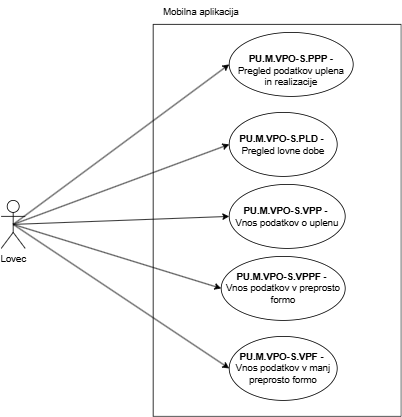
Above: Vodenje podatkov o odstrelu-Mobilna.drawio.png in ErnestISv/Lovstvo (draw.io), before the change. Source tidied: cells renumbered, new cells last; positions are measured from the earlier drawing's top-left corner, leaving out a move shared by most shapes.
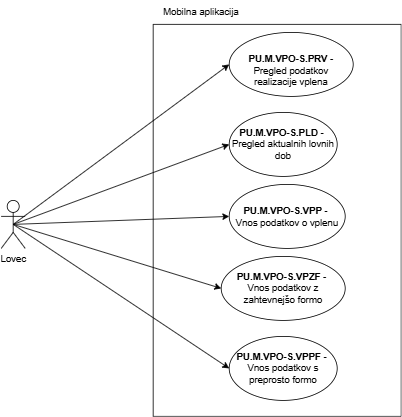
The same file after the commit.

The edit, as a diff of the source:
```diff
@@ -8,19 +8,19 @@
     <mxCell id="3" style="swimlane;startSize=0;" parent="1" vertex="1">
       <mxGeometry x="190" y="30" width="310" height="490" as="geometry" />
     </mxCell>
-    <mxCell id="4" value="&lt;br&gt;&lt;table style=&quot;border-collapse:&lt;br/&gt; collapse;width:107pt&quot; width=&quot;142&quot; cellspacing=&quot;0&quot; cellpadding=&quot;0&quot; border=&quot;0&quot;&gt;&lt;tbody&gt;&lt;tr style=&quot;mso-height-source:userset;height:36.6pt&quot; height=&quot;49&quot;&gt;  &lt;td style=&quot;height:36.6pt;width:107pt&quot; width=&quot;142&quot; class=&quot;xl63&quot; height=&quot;49&quot;&gt;&lt;b&gt;PU.M.VPO-S.PPP&lt;/b&gt; -&lt;br&gt;Pregled podatkov uplena in realizacije&lt;/td&gt;&lt;/tr&gt;&lt;/tbody&gt;&lt;/table&gt;" style="ellipse;whiteSpace=wrap;html=1;" parent="3" vertex="1">
+    <mxCell id="4" value="&lt;br&gt;&lt;table style=&quot;border-collapse:&lt;br/&gt; collapse;width:107pt&quot; width=&quot;142&quot; cellspacing=&quot;0&quot; cellpadding=&quot;0&quot; border=&quot;0&quot;&gt;&lt;tbody&gt;&lt;tr style=&quot;mso-height-source:userset;height:36.6pt&quot; height=&quot;49&quot;&gt;  &lt;td style=&quot;height:36.6pt;width:107pt&quot; width=&quot;142&quot; class=&quot;xl63&quot; height=&quot;49&quot;&gt;&lt;b&gt;PU.M.VPO-S.PRV&lt;/b&gt;&amp;nbsp;-&lt;br&gt;Pregled podatkov realizacije vplena&lt;/td&gt;&lt;/tr&gt;&lt;/tbody&gt;&lt;/table&gt;" style="ellipse;whiteSpace=wrap;html=1;" parent="3" vertex="1">
       <mxGeometry x="95" y="10" width="155" height="80" as="geometry" />
     </mxCell>
-    <mxCell id="5" value="&lt;b&gt;PU.M.VPO-S.VPPF&lt;/b&gt; -&amp;nbsp;&lt;div&gt;Vnos podatkov v preprosto formo&lt;/div&gt;" style="ellipse;whiteSpace=wrap;html=1;" parent="3" vertex="1">
+    <mxCell id="5" value="&lt;b&gt;PU.M.VPO-S.VPZF&lt;/b&gt; -&amp;nbsp;&lt;div&gt;Vnos podatkov z zahtevnejšo formo&lt;/div&gt;" style="ellipse;whiteSpace=wrap;html=1;" parent="3" vertex="1">
       <mxGeometry x="85" y="290" width="155" height="80" as="geometry" />
     </mxCell>
-    <mxCell id="6" value="&lt;b&gt;PU.M.VPO-S.PLD&lt;/b&gt; -&amp;nbsp;&lt;div&gt;Pregled lovne dobe&lt;/div&gt;" style="ellipse;whiteSpace=wrap;html=1;" parent="3" vertex="1">
+    <mxCell id="6" value="&lt;b&gt;PU.M.VPO-S.PLD&lt;/b&gt; -&amp;nbsp;&lt;div&gt;Pregled aktualnih lovnih dob&lt;/div&gt;" style="ellipse;whiteSpace=wrap;html=1;" parent="3" vertex="1">
       <mxGeometry x="95" y="110" width="135" height="80" as="geometry" />
     </mxCell>
-    <mxCell id="7" value="&lt;b&gt;PU.M.VPO-S.VPF -&amp;nbsp;&lt;/b&gt;&lt;div&gt;Vnos podatkov v manj preprosto formo&lt;/div&gt;" style="ellipse;whiteSpace=wrap;html=1;" parent="3" vertex="1">
+    <mxCell id="7" value="&lt;b&gt;PU.M.VPO-S.VPPF -&amp;nbsp;&lt;/b&gt;&lt;div&gt;Vnos podatkov s preprosto formo&lt;/div&gt;" style="ellipse;whiteSpace=wrap;html=1;" parent="3" vertex="1">
       <mxGeometry x="95" y="390" width="135" height="80" as="geometry" />
     </mxCell>
-    <mxCell id="8" value="&lt;b&gt;PU.M.VPO-S.VPP &lt;/b&gt;-&amp;nbsp;&lt;div&gt;Vnos podatkov o uplenu&lt;/div&gt;" style="ellipse;whiteSpace=wrap;html=1;" parent="3" vertex="1">
+    <mxCell id="8" value="&lt;b&gt;PU.M.VPO-S.VPP &lt;/b&gt;-&amp;nbsp;&lt;div&gt;Vnos podatkov o vplenu&lt;/div&gt;" style="ellipse;whiteSpace=wrap;html=1;" parent="3" vertex="1">
       <mxGeometry x="95" y="200" width="145" height="80" as="geometry" />
     </mxCell>
     <mxCell id="9" style="endArrow=classic;html=1;rounded=0;exitX=0.5;exitY=0.5;exitDx=0;exitDy=0;exitPerimeter=0;entryX=0;entryY=0.5;entryDx=0;entryDy=0;" parent="1" edge="1" source="2" target="4">
```
